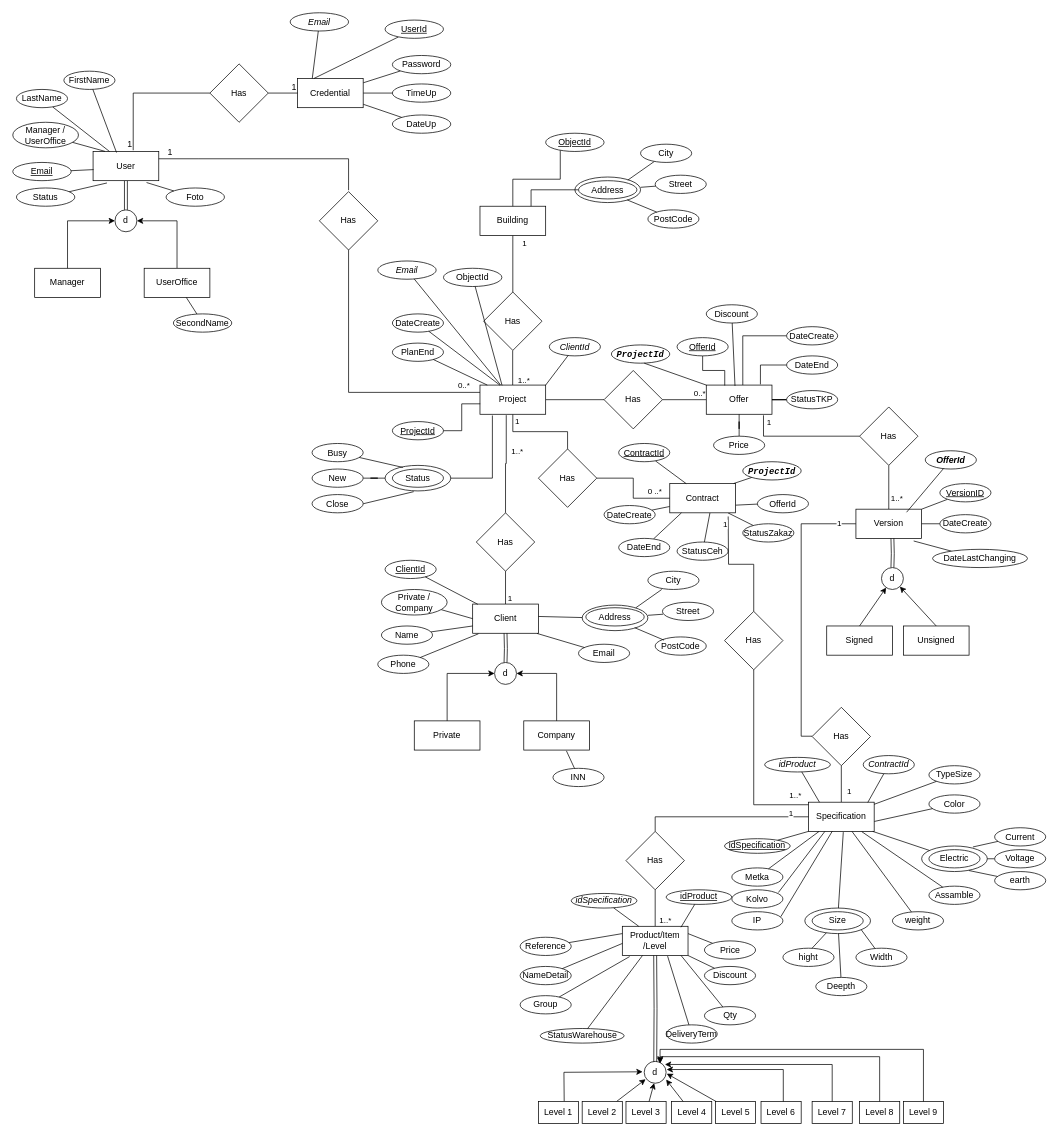
This is factory.drawio from Bujhc/EERD, a draw.io file, before an edit. Source tidied: cells renumbered, new cells numbered last; positions are measured from the earlier drawing's top-left corner, leaving out a move shared by most shapes. Both pictures are drawn from the tidied source at 73%, with x=0, y=0 at pixel (12, 12).
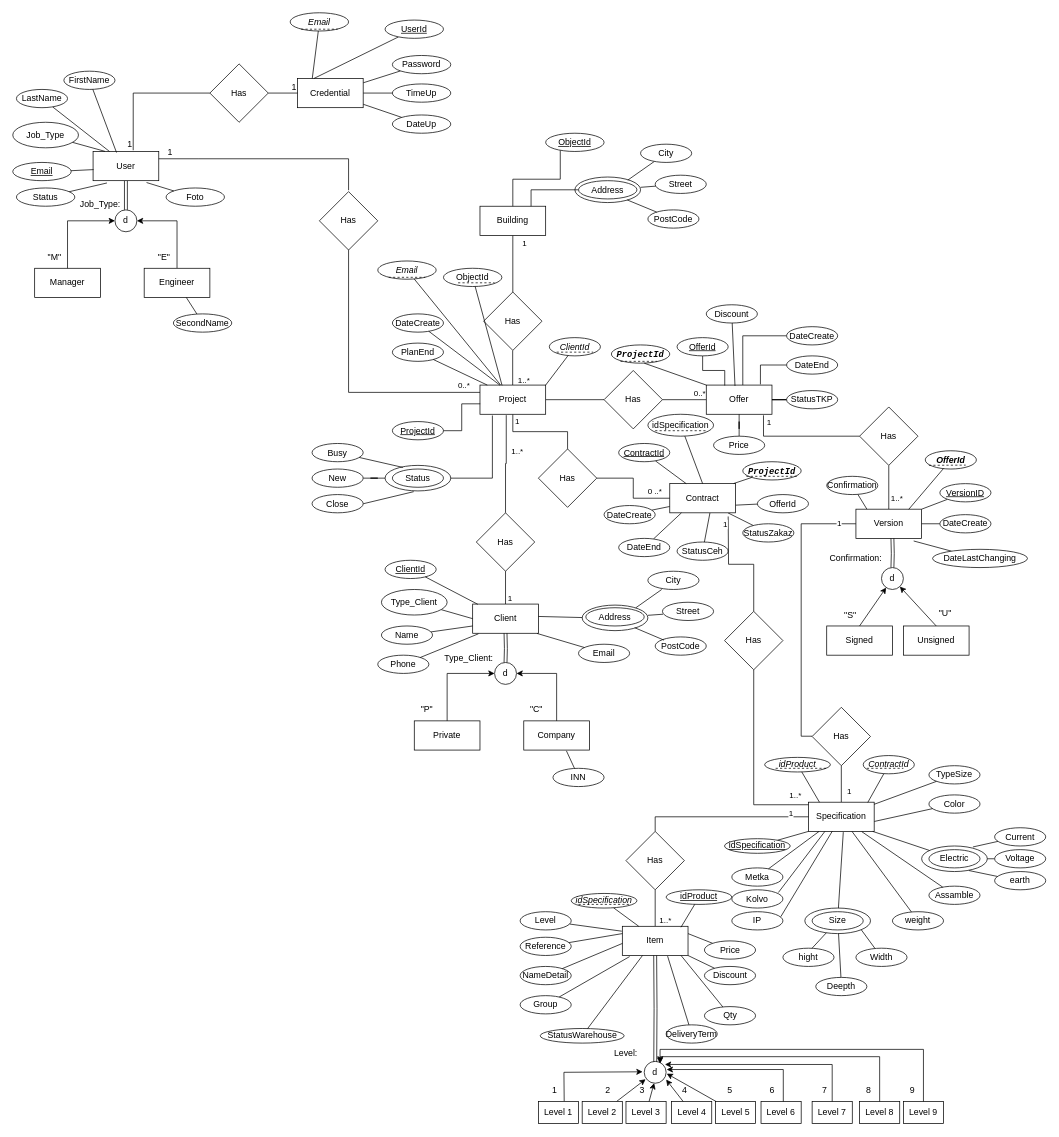
After the change.

Unchanged cells that the change refers to:
```xml
<mxCell id="89" value="Contract" style="rounded=0;whiteSpace=wrap;html=1;" parent="1" vertex="1">
  <mxGeometry x="900" y="645" width="90" height="40" as="geometry" />
</mxCell>
<mxCell id="153" value="Version" style="rounded=0;whiteSpace=wrap;html=1;" parent="1" vertex="1">
  <mxGeometry x="1155" y="680" width="90" height="40" as="geometry" />
</mxCell>
<mxCell id="195" value="&lt;i&gt;&lt;b&gt;&lt;font style=&quot;color: light-dark(rgb(0, 0, 0), rgb(255, 255, 0));&quot;&gt;OfferId&lt;/font&gt;&lt;/b&gt;&lt;/i&gt;" style="ellipse;whiteSpace=wrap;html=1;" parent="1" vertex="1">
  <mxGeometry x="1250" y="600" width="70" height="25" as="geometry" />
</mxCell>
```

Change to the diagram source:
```diff
@@
-    <mxCell id="10" value="UserOffice" style="rounded=0;whiteSpace=wrap;html=1;" parent="1" vertex="1">
+    <mxCell id="10" value="Engineer" style="rounded=0;whiteSpace=wrap;html=1;" parent="1" vertex="1">
       <mxGeometry x="180" y="350" width="90" height="40" as="geometry" />
     </mxCell>
@@
-    <mxCell id="19" value="Manager / UserOffice" style="ellipse;whiteSpace=wrap;html=1;" parent="1" vertex="1">
+    <mxCell id="19" value="Job_Type" style="ellipse;whiteSpace=wrap;html=1;" parent="1" vertex="1">
       <mxGeometry y="150" width="90" height="35" as="geometry" />
     </mxCell>
@@
-    <mxCell id="116" value="Private / Company" style="ellipse;whiteSpace=wrap;html=1;" parent="1" vertex="1">
+    <mxCell id="116" value="Type_Client" style="ellipse;whiteSpace=wrap;html=1;" parent="1" vertex="1">
       <mxGeometry x="505" y="790" width="90" height="35" as="geometry" />
     </mxCell>
@@
-    <mxCell id="190" value="Product/Item&lt;div&gt;/Level&lt;/div&gt;" style="rounded=0;whiteSpace=wrap;html=1;" parent="1" vertex="1">
+    <mxCell id="190" value="Item" style="rounded=0;whiteSpace=wrap;html=1;" parent="1" vertex="1">
       <mxGeometry x="835" y="1251.4" width="90" height="40" as="geometry" />
     </mxCell>
@@
-    <mxCell id="196" style="rounded=0;jettySize=auto;html=1;entryX=0.771;entryY=0.105;entryDx=0;entryDy=0;entryPerimeter=0;endArrow=none;endFill=0;" parent="1" edge="1" source="195" target="153">
+    <mxCell id="196" style="rounded=0;jettySize=auto;html=1;entryX=0.804;entryY=0.005;entryDx=0;entryDy=0;entryPerimeter=0;endArrow=none;endFill=0;" parent="1" edge="1" source="195" target="153">
       <mxGeometry relative="1" as="geometry" />
     </mxCell>
@@
+    <mxCell id="271" style="rounded=0;jettySize=auto;html=1;entryX=0.5;entryY=0;entryDx=0;entryDy=0;endArrow=none;endFill=0;" parent="1" edge="1" source="272" target="89">
+      <mxGeometry relative="1" as="geometry" />
+    </mxCell>
+    <mxCell id="272" value="&lt;font style=&quot;color: light-dark(rgb(0, 0, 0), rgb(204, 204, 0));&quot;&gt;idSpecification&lt;/font&gt;" style="ellipse;whiteSpace=wrap;html=1;" parent="1" vertex="1">
+      <mxGeometry x="870" y="550" width="90" height="30" as="geometry" />
+    </mxCell>
+    <mxCell id="273" value="Job_Type:" style="text;html=1;whiteSpace=wrap;strokeColor=none;fillColor=none;align=center;verticalAlign=middle;rounded=0;" parent="1" vertex="1">
+      <mxGeometry x="90" y="247.5" width="60" height="30" as="geometry" />
+    </mxCell>
+    <mxCell id="274" value="Confirmation:" style="text;html=1;whiteSpace=wrap;strokeColor=none;fillColor=none;align=center;verticalAlign=middle;rounded=0;" parent="1" vertex="1">
+      <mxGeometry x="1125" y="732.5" width="60" height="30" as="geometry" />
+    </mxCell>
+    <mxCell id="275" value="Confirmation" style="ellipse;whiteSpace=wrap;html=1;" parent="1" vertex="1">
+      <mxGeometry x="1115" y="635" width="70" height="25" as="geometry" />
+    </mxCell>
+    <mxCell id="276" style="rounded=0;jettySize=auto;html=1;entryX=0.167;entryY=0;entryDx=0;entryDy=0;entryPerimeter=0;endArrow=none;endFill=0;" parent="1" edge="1" source="275" target="153">
+      <mxGeometry relative="1" as="geometry" />
+    </mxCell>
+    <mxCell id="277" value="Type_Client:" style="text;html=1;whiteSpace=wrap;strokeColor=none;fillColor=none;align=center;verticalAlign=middle;rounded=0;" parent="1" vertex="1">
+      <mxGeometry x="595" y="870" width="60" height="30" as="geometry" />
+    </mxCell>
+    <mxCell id="278" value="Level" style="ellipse;whiteSpace=wrap;html=1;" parent="1" vertex="1">
+      <mxGeometry x="695" y="1231.4" width="70" height="25" as="geometry" />
+    </mxCell>
+    <mxCell id="279" value="Level:" style="text;html=1;whiteSpace=wrap;strokeColor=none;fillColor=none;align=center;verticalAlign=middle;rounded=0;" parent="1" vertex="1">
+      <mxGeometry x="810" y="1411.4" width="60" height="30" as="geometry" />
+    </mxCell>
+    <mxCell id="280" style="rounded=0;jettySize=auto;html=1;entryX=-0.008;entryY=0.168;entryDx=0;entryDy=0;entryPerimeter=0;endArrow=none;endFill=0;" parent="1" edge="1" source="278" target="190">
+      <mxGeometry relative="1" as="geometry" />
+    </mxCell>
+    <mxCell id="281" value="&quot;P&quot;" style="text;html=1;whiteSpace=wrap;strokeColor=none;fillColor=none;align=center;verticalAlign=middle;rounded=0;" parent="1" vertex="1">
+      <mxGeometry x="550" y="940" width="35" height="30" as="geometry" />
+    </mxCell>
+    <mxCell id="282" value="&quot;C&quot;" style="text;html=1;whiteSpace=wrap;strokeColor=none;fillColor=none;align=center;verticalAlign=middle;rounded=0;" parent="1" vertex="1">
+      <mxGeometry x="700" y="940" width="35" height="30" as="geometry" />
+    </mxCell>
+    <mxCell id="283" value="&quot;M&quot;" style="text;html=1;whiteSpace=wrap;strokeColor=none;fillColor=none;align=center;verticalAlign=middle;rounded=0;" parent="1" vertex="1">
+      <mxGeometry x="40" y="320" width="35" height="30" as="geometry" />
+    </mxCell>
+    <mxCell id="284" value="&quot;E&quot;" style="text;html=1;whiteSpace=wrap;strokeColor=none;fillColor=none;align=center;verticalAlign=middle;rounded=0;" parent="1" vertex="1">
+      <mxGeometry x="190" y="320" width="35" height="30" as="geometry" />
+    </mxCell>
+    <mxCell id="285" value="&quot;S&quot;" style="text;html=1;whiteSpace=wrap;strokeColor=none;fillColor=none;align=center;verticalAlign=middle;rounded=0;" parent="1" vertex="1">
+      <mxGeometry x="1130" y="810" width="35" height="30" as="geometry" />
+    </mxCell>
+    <mxCell id="286" value="&quot;U&quot;" style="text;html=1;whiteSpace=wrap;strokeColor=none;fillColor=none;align=center;verticalAlign=middle;rounded=0;" parent="1" vertex="1">
+      <mxGeometry x="1260" y="807.5" width="35" height="30" as="geometry" />
+    </mxCell>
+    <mxCell id="287" value="1" style="text;html=1;whiteSpace=wrap;strokeColor=none;fillColor=none;align=center;verticalAlign=middle;rounded=0;" parent="1" vertex="1">
+      <mxGeometry x="725" y="1461.4" width="35" height="30" as="geometry" />
+    </mxCell>
+    <mxCell id="288" value="2" style="text;html=1;whiteSpace=wrap;strokeColor=none;fillColor=none;align=center;verticalAlign=middle;rounded=0;" parent="1" vertex="1">
+      <mxGeometry x="797.5" y="1461.4" width="35" height="30" as="geometry" />
+    </mxCell>
+    <mxCell id="289" value="3" style="text;html=1;whiteSpace=wrap;strokeColor=none;fillColor=none;align=center;verticalAlign=middle;rounded=0;" parent="1" vertex="1">
+      <mxGeometry x="845" y="1461.4" width="35" height="30" as="geometry" />
+    </mxCell>
+    <mxCell id="290" value="4" style="text;html=1;whiteSpace=wrap;strokeColor=none;fillColor=none;align=center;verticalAlign=middle;rounded=0;" parent="1" vertex="1">
+      <mxGeometry x="902.5" y="1461.4" width="35" height="30" as="geometry" />
+    </mxCell>
+    <mxCell id="291" value="5" style="text;html=1;whiteSpace=wrap;strokeColor=none;fillColor=none;align=center;verticalAlign=middle;rounded=0;" parent="1" vertex="1">
+      <mxGeometry x="965" y="1461.4" width="35" height="30" as="geometry" />
+    </mxCell>
+    <mxCell id="292" value="6" style="text;html=1;whiteSpace=wrap;strokeColor=none;fillColor=none;align=center;verticalAlign=middle;rounded=0;" parent="1" vertex="1">
+      <mxGeometry x="1022.5" y="1461.4" width="35" height="30" as="geometry" />
+    </mxCell>
+    <mxCell id="293" value="7" style="text;html=1;whiteSpace=wrap;strokeColor=none;fillColor=none;align=center;verticalAlign=middle;rounded=0;" parent="1" vertex="1">
+      <mxGeometry x="1095" y="1461.4" width="35" height="30" as="geometry" />
+    </mxCell>
+    <mxCell id="294" value="8" style="text;html=1;whiteSpace=wrap;strokeColor=none;fillColor=none;align=center;verticalAlign=middle;rounded=0;" parent="1" vertex="1">
+      <mxGeometry x="1155" y="1461.4" width="35" height="30" as="geometry" />
+    </mxCell>
+    <mxCell id="295" value="9" style="text;html=1;whiteSpace=wrap;strokeColor=none;fillColor=none;align=center;verticalAlign=middle;rounded=0;" parent="1" vertex="1">
+      <mxGeometry x="1215" y="1461.4" width="35" height="30" as="geometry" />
+    </mxCell>
+    <mxCell id="296" style="endArrow=none;dashed=1;html=1;rounded=0;" parent="1" edge="1">
+      <mxGeometry relative="1" as="geometry">
+        <mxPoint x="395" y="22.5" as="sourcePoint" />
+        <mxPoint x="445" y="22.5" as="targetPoint" />
+      </mxGeometry>
+    </mxCell>
+    <mxCell id="297" style="endArrow=none;dashed=1;html=1;rounded=0;" parent="1" edge="1">
+      <mxGeometry relative="1" as="geometry">
+        <mxPoint x="515" y="362.4" as="sourcePoint" />
+        <mxPoint x="565" y="362.4" as="targetPoint" />
+      </mxGeometry>
+    </mxCell>
+    <mxCell id="298" style="endArrow=none;dashed=1;html=1;rounded=0;" parent="1" edge="1">
+      <mxGeometry relative="1" as="geometry">
+        <mxPoint x="610" y="369.9" as="sourcePoint" />
+        <mxPoint x="660" y="369.9" as="targetPoint" />
+      </mxGeometry>
+    </mxCell>
+    <mxCell id="299" style="endArrow=none;dashed=1;html=1;rounded=0;" parent="1" edge="1">
+      <mxGeometry relative="1" as="geometry">
+        <mxPoint x="745" y="464.9" as="sourcePoint" />
+        <mxPoint x="795" y="464.9" as="targetPoint" />
+      </mxGeometry>
+    </mxCell>
+    <mxCell id="300" style="endArrow=none;dashed=1;html=1;rounded=0;" parent="1" edge="1">
+      <mxGeometry relative="1" as="geometry">
+        <mxPoint x="832.5" y="477.5" as="sourcePoint" />
+        <mxPoint x="882.5" y="477.5" as="targetPoint" />
+      </mxGeometry>
+    </mxCell>
+    <mxCell id="301" style="endArrow=none;dashed=1;html=1;rounded=0;" parent="1" edge="1">
+      <mxGeometry relative="1" as="geometry">
+        <mxPoint x="880" y="572.5" as="sourcePoint" />
+        <mxPoint x="950" y="572.5" as="targetPoint" />
+      </mxGeometry>
+    </mxCell>
+    <mxCell id="302" style="endArrow=none;dashed=1;html=1;rounded=0;" parent="1" edge="1">
+      <mxGeometry relative="1" as="geometry">
+        <mxPoint x="1005" y="635" as="sourcePoint" />
+        <mxPoint x="1075" y="635" as="targetPoint" />
+      </mxGeometry>
+    </mxCell>
+    <mxCell id="303" style="endArrow=none;dashed=1;html=1;rounded=0;entryX=0.791;entryY=0.786;entryDx=0;entryDy=0;entryPerimeter=0;" parent="1" edge="1" target="195">
+      <mxGeometry relative="1" as="geometry">
+        <mxPoint x="1255" y="619.9" as="sourcePoint" />
+      </mxGeometry>
+    </mxCell>
+    <mxCell id="304" style="endArrow=none;dashed=1;html=1;rounded=0;" parent="1" edge="1">
+      <mxGeometry relative="1" as="geometry">
+        <mxPoint x="775" y="1221.4" as="sourcePoint" />
+        <mxPoint x="845" y="1221.4" as="targetPoint" />
+      </mxGeometry>
+    </mxCell>
+    <mxCell id="305" style="endArrow=none;dashed=1;html=1;rounded=0;" parent="1" edge="1">
+      <mxGeometry relative="1" as="geometry">
+        <mxPoint x="1045" y="1035" as="sourcePoint" />
+        <mxPoint x="1115" y="1035" as="targetPoint" />
+      </mxGeometry>
+    </mxCell>
+    <mxCell id="306" style="endArrow=none;dashed=1;html=1;rounded=0;" parent="1" edge="1">
+      <mxGeometry relative="1" as="geometry">
+        <mxPoint x="1170" y="1035" as="sourcePoint" />
+        <mxPoint x="1220" y="1035" as="targetPoint" />
+        <Array as="points">
+          <mxPoint x="1200" y="1035" />
+        </Array>
+      </mxGeometry>
+    </mxCell>
```
